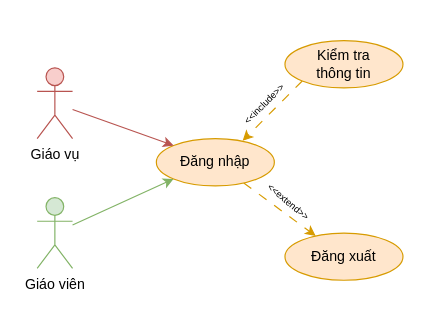
This is document/temp/draw/usecase_phanra/usecase_dangnhap.drawio from copecute/Edudex-Quiz, a draw.io file, before an edit. Source tidied: cells renumbered, new cells numbered last; positions are measured from the earlier drawing's top-left corner, leaving out a move shared by most shapes. Both pictures are drawn from the tidied source at 118%, with x=0, y=0 at pixel (37, 40).
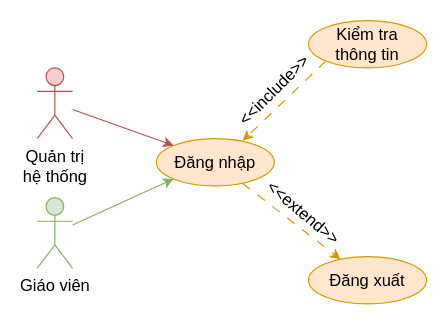
The same diagram, later.

Diff of the diagram source:
```diff
@@
 <mxGraphModel>
   <root>
     <mxCell id="0" />
     <mxCell id="1" parent="0" />
-    <mxCell id="2" style="rounded=0;jettySize=auto;html=1;dashed=1;dashPattern=8 8;fillColor=#ffe6cc;strokeColor=#d79b00;" parent="1" edge="1" source="3" target="6">
+    <mxCell id="2" style="rounded=0;jettySize=auto;html=1;dashed=1;dashPattern=8 8;fillColor=#ffe6cc;strokeColor=#d79b00;fontSize=14;" parent="1" edge="1" source="3" target="6">
       <mxGeometry relative="1" as="geometry" />
     </mxCell>
-    <mxCell id="3" value="Đăng nhập" style="ellipse;whiteSpace=wrap;html=1;fillColor=#ffe6cc;strokeColor=#d79b00;" parent="1" vertex="1">
+    <mxCell id="3" value="Đăng nhập" style="ellipse;whiteSpace=wrap;html=1;fillColor=#ffe6cc;strokeColor=#d79b00;fontSize=14;" parent="1" vertex="1">
       <mxGeometry x="101" y="83" width="100" height="40" as="geometry" />
     </mxCell>
-    <mxCell id="4" style="rounded=0;jettySize=auto;html=1;exitX=0;exitY=1;exitDx=0;exitDy=0;entryX=0.731;entryY=0.047;entryDx=0;entryDy=0;fillColor=#ffe6cc;strokeColor=#d79b00;entryPerimeter=0;dashed=1;dashPattern=8 8;" parent="1" edge="1" source="5" target="3">
+    <mxCell id="4" style="rounded=0;jettySize=auto;html=1;exitX=0;exitY=1;exitDx=0;exitDy=0;entryX=0.731;entryY=0.047;entryDx=0;entryDy=0;fillColor=#ffe6cc;strokeColor=#d79b00;entryPerimeter=0;dashed=1;dashPattern=8 8;fontSize=14;" parent="1" edge="1" source="5" target="3">
       <mxGeometry relative="1" as="geometry" />
     </mxCell>
-    <mxCell id="5" value="Kiểm tra&lt;br&gt;thông tin" style="ellipse;whiteSpace=wrap;html=1;fillColor=#ffe6cc;strokeColor=#d79b00;" parent="1" vertex="1">
-      <mxGeometry x="210" width="100" height="40" as="geometry" />
+    <mxCell id="5" value="Kiểm tra&lt;br style=&quot;font-size: 14px;&quot;&gt;thông tin" style="ellipse;whiteSpace=wrap;html=1;fillColor=#ffe6cc;strokeColor=#d79b00;fontSize=14;" parent="1" vertex="1">
+      <mxGeometry x="230" y="-17" width="100" height="40" as="geometry" />
     </mxCell>
-    <mxCell id="6" value="Đăng xuất" style="ellipse;whiteSpace=wrap;html=1;fillColor=#ffe6cc;strokeColor=#d79b00;" parent="1" vertex="1">
-      <mxGeometry x="210" y="163" width="100" height="40" as="geometry" />
+    <mxCell id="6" value="Đăng xuất" style="ellipse;whiteSpace=wrap;html=1;fillColor=#ffe6cc;strokeColor=#d79b00;fontSize=14;" parent="1" vertex="1">
+      <mxGeometry x="230" y="183" width="100" height="40" as="geometry" />
     </mxCell>
-    <mxCell id="7" value="&lt;font style=&quot;font-size: 8px;&quot;&gt;&amp;lt;&amp;lt;extend&amp;gt;&amp;gt;&lt;/font&gt;" style="text;html=1;strokeColor=none;fillColor=none;align=center;verticalAlign=middle;whiteSpace=wrap;rounded=0;rotation=40;" parent="1" vertex="1">
-      <mxGeometry x="184" y="121" width="60" height="30" as="geometry" />
+    <mxCell id="7" value="&lt;font style=&quot;font-size: 14px;&quot;&gt;&amp;lt;&amp;lt;extend&amp;gt;&amp;gt;&lt;/font&gt;" style="text;html=1;strokeColor=none;fillColor=none;align=center;verticalAlign=middle;whiteSpace=wrap;rounded=0;rotation=40;fontSize=14;" parent="1" vertex="1">
+      <mxGeometry x="196" y="131" width="60" height="30" as="geometry" />
     </mxCell>
-    <mxCell id="8" value="&lt;font style=&quot;font-size: 8px;&quot;&gt;&amp;lt;&amp;lt;include&amp;gt;&amp;gt;&lt;/font&gt;" style="text;html=1;strokeColor=none;fillColor=none;align=center;verticalAlign=middle;whiteSpace=wrap;rounded=0;rotation=-45;" parent="1" vertex="1">
-      <mxGeometry x="162" y="38" width="60" height="30" as="geometry" />
+    <mxCell id="8" value="&lt;font style=&quot;font-size: 14px;&quot;&gt;&amp;lt;&amp;lt;include&amp;gt;&amp;gt;&lt;/font&gt;" style="text;html=1;strokeColor=none;fillColor=none;align=center;verticalAlign=middle;whiteSpace=wrap;rounded=0;rotation=-45;fontSize=14;" parent="1" vertex="1">
+      <mxGeometry x="171" y="27" width="60" height="30" as="geometry" />
     </mxCell>
-    <mxCell id="9" style="rounded=0;jettySize=auto;html=1;entryX=0;entryY=0;entryDx=0;entryDy=0;fillColor=#f8cecc;strokeColor=#b85450;" parent="1" edge="1" source="10" target="3">
+    <mxCell id="9" style="rounded=0;jettySize=auto;html=1;entryX=0;entryY=0;entryDx=0;entryDy=0;fillColor=#f8cecc;strokeColor=#b85450;fontSize=14;" parent="1" edge="1" source="10" target="3">
       <mxGeometry relative="1" as="geometry" />
     </mxCell>
-    <mxCell id="10" value="Giáo vụ" style="shape=umlActor;verticalLabelPosition=bottom;verticalAlign=top;html=1;outlineConnect=0;fillColor=#f8cecc;strokeColor=#b85450;" parent="1" vertex="1">
+    <mxCell id="10" value="Quản trị&lt;br&gt;hệ thống" style="shape=umlActor;verticalLabelPosition=bottom;verticalAlign=top;html=1;outlineConnect=0;fillColor=#f8cecc;strokeColor=#b85450;fontSize=14;" parent="1" vertex="1">
       <mxGeometry y="23" width="30" height="60" as="geometry" />
     </mxCell>
-    <mxCell id="11" style="rounded=0;jettySize=auto;html=1;entryX=0;entryY=1;entryDx=0;entryDy=0;fillColor=#d5e8d4;strokeColor=#82b366;" parent="1" edge="1" source="12" target="3">
+    <mxCell id="11" style="rounded=0;jettySize=auto;html=1;entryX=0;entryY=1;entryDx=0;entryDy=0;fillColor=#d5e8d4;strokeColor=#82b366;fontSize=14;" parent="1" edge="1" source="12" target="3">
       <mxGeometry relative="1" as="geometry" />
     </mxCell>
-    <mxCell id="12" value="Giáo viên" style="shape=umlActor;verticalLabelPosition=bottom;verticalAlign=top;html=1;outlineConnect=0;fillColor=#d5e8d4;strokeColor=#82b366;" parent="1" vertex="1">
+    <mxCell id="12" value="Giáo viên" style="shape=umlActor;verticalLabelPosition=bottom;verticalAlign=top;html=1;outlineConnect=0;fillColor=#d5e8d4;strokeColor=#82b366;fontSize=14;" parent="1" vertex="1">
       <mxGeometry y="133" width="30" height="60" as="geometry" />
     </mxCell>
   </root>
 </mxGraphModel>
```
